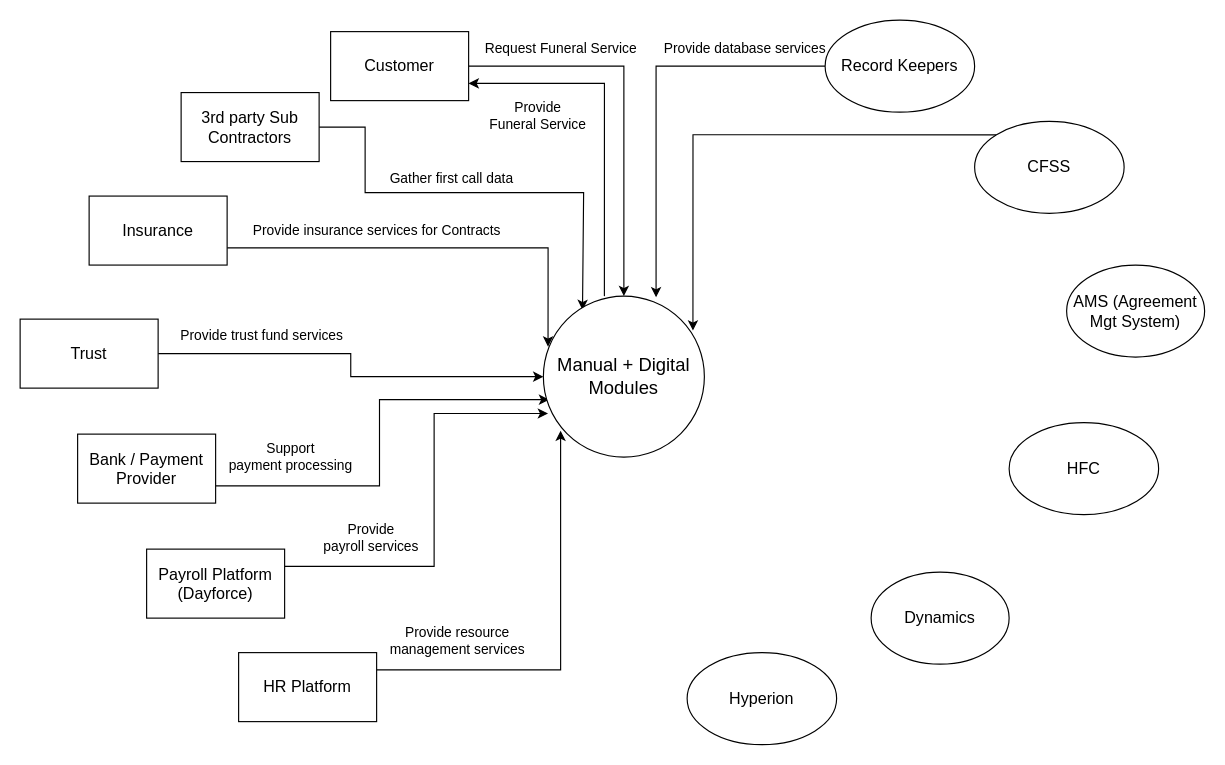
Earlier version of the draw.io diagram page "Context Diagram - V1" (6 of 12) of Untitled Diagram.drawio (Buddhika-Pathirathna/DiagramsRepo). Source tidied: cells renumbered, new cells numbered last; positions are measured from the earlier drawing's top-left corner, leaving out a move shared by most shapes. Both pictures are drawn from the tidied source at 115%, with x=0, y=0 at pixel (20, 20).
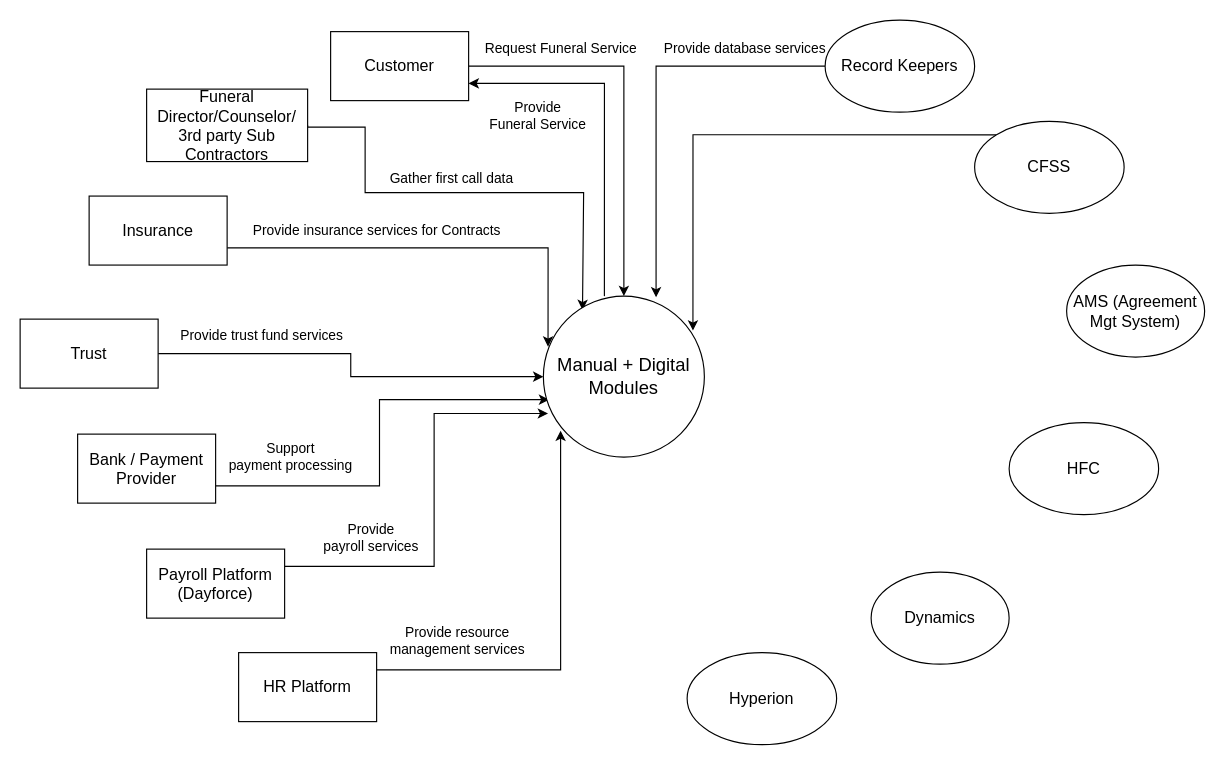
The same page after the edit.

What changed in the source:
```diff
@@
-    <mxCell id="10" value="&lt;font style=&quot;font-size: 14px;&quot;&gt;3rd party Sub Contractors&lt;/font&gt;" style="rounded=0;whiteSpace=wrap;html=1;" parent="1" vertex="1">
-      <mxGeometry x="140" y="63" width="120" height="60" as="geometry" />
+    <mxCell id="10" value="&lt;font style=&quot;font-size: 14px;&quot;&gt;Funeral Director/Counselor/&lt;br&gt;3rd party Sub Contractors&lt;/font&gt;" style="rounded=0;whiteSpace=wrap;html=1;" parent="1" vertex="1">
+      <mxGeometry x="110" y="60" width="140" height="63" as="geometry" />
     </mxCell>
```
